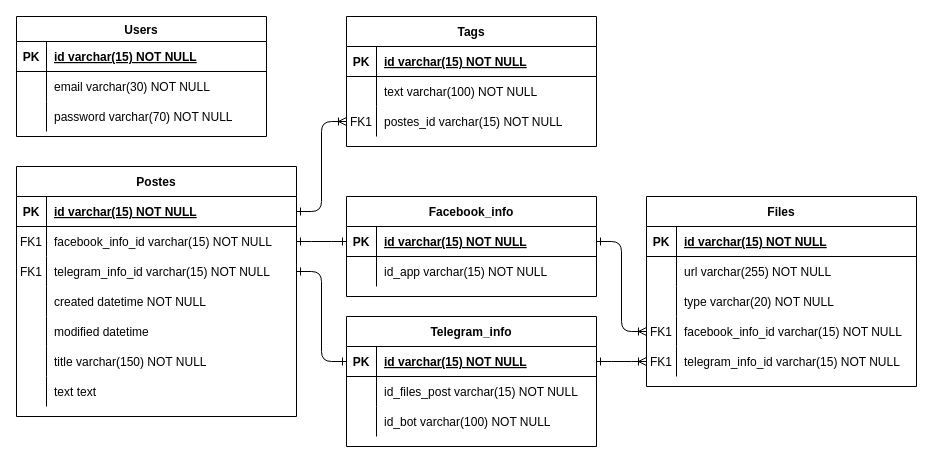
Before: BD.drawio in VanyaKupnevskij/postes_services, a draw.io diagram. Source tidied: cells renumbered, new cells numbered last; positions are measured from the earlier drawing's top-left corner, leaving out a move shared by most shapes. Both pictures are drawn from the tidied source at 100%, with x=0, y=0 at pixel (16, 16).
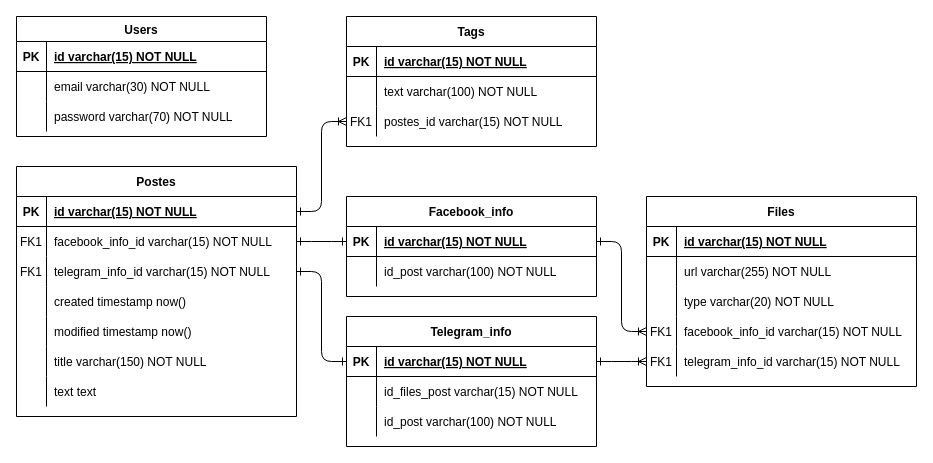
The same diagram, later.

The change refers to these unchanged cells:
```xml
<mxCell id="12" style="shape=partialRectangle;fillColor=none;top=0;left=0;right=0;bottom=0;" parent="2" vertex="1">
  <mxGeometry y="120" width="280" height="30" as="geometry" />
</mxCell>
<mxCell id="15" style="shape=partialRectangle;fillColor=none;top=0;left=0;right=0;bottom=0;" parent="2" vertex="1">
  <mxGeometry y="150" width="280" height="30" as="geometry" />
</mxCell>
<mxCell id="28" style="shape=partialRectangle;fillColor=none;top=0;left=0;right=0;bottom=0;" parent="24" vertex="1">
  <mxGeometry y="60" width="250" height="30" as="geometry" />
</mxCell>
<mxCell id="65" style="shape=partialRectangle;fillColor=none;top=0;left=0;right=0;bottom=0;" parent="58" vertex="1">
  <mxGeometry y="90" width="250" height="30" as="geometry" />
</mxCell>
```

Change to the diagram source:
```diff
@@
-    <mxCell id="14" value="created datetime NOT NULL" style="shape=partialRectangle;overflow=hidden;fillColor=none;top=0;left=0;bottom=0;right=0;align=left;spacingLeft=6;" parent="12" vertex="1">
+    <mxCell id="14" value="created timestamp now()" style="shape=partialRectangle;overflow=hidden;fillColor=none;top=0;left=0;bottom=0;right=0;align=left;spacingLeft=6;" parent="12" vertex="1">
       <mxGeometry x="30" width="250" height="30" as="geometry" />
     </mxCell>
@@
-    <mxCell id="17" value="modified datetime" style="shape=partialRectangle;overflow=hidden;fillColor=none;top=0;left=0;bottom=0;right=0;align=left;spacingLeft=6;" parent="15" vertex="1">
+    <mxCell id="17" value="modified timestamp now()" style="shape=partialRectangle;overflow=hidden;fillColor=none;top=0;left=0;bottom=0;right=0;align=left;spacingLeft=6;" parent="15" vertex="1">
       <mxGeometry x="30" width="250" height="30" as="geometry" />
     </mxCell>
@@
-    <mxCell id="30" value="id_app varchar(15) NOT NULL" style="shape=partialRectangle;overflow=hidden;fillColor=none;top=0;left=0;bottom=0;right=0;align=left;spacingLeft=6;" parent="28" vertex="1">
+    <mxCell id="30" value="id_post varchar(100) NOT NULL" style="shape=partialRectangle;overflow=hidden;fillColor=none;top=0;left=0;bottom=0;right=0;align=left;spacingLeft=6;" parent="28" vertex="1">
       <mxGeometry x="30" width="220" height="30" as="geometry" />
     </mxCell>
@@
-    <mxCell id="67" value="id_bot varchar(100) NOT NULL" style="shape=partialRectangle;overflow=hidden;fillColor=none;top=0;left=0;bottom=0;right=0;align=left;spacingLeft=6;" parent="65" vertex="1">
+    <mxCell id="67" value="id_post varchar(100) NOT NULL" style="shape=partialRectangle;overflow=hidden;fillColor=none;top=0;left=0;bottom=0;right=0;align=left;spacingLeft=6;" parent="65" vertex="1">
       <mxGeometry x="30" width="220" height="30" as="geometry" />
     </mxCell>
```
